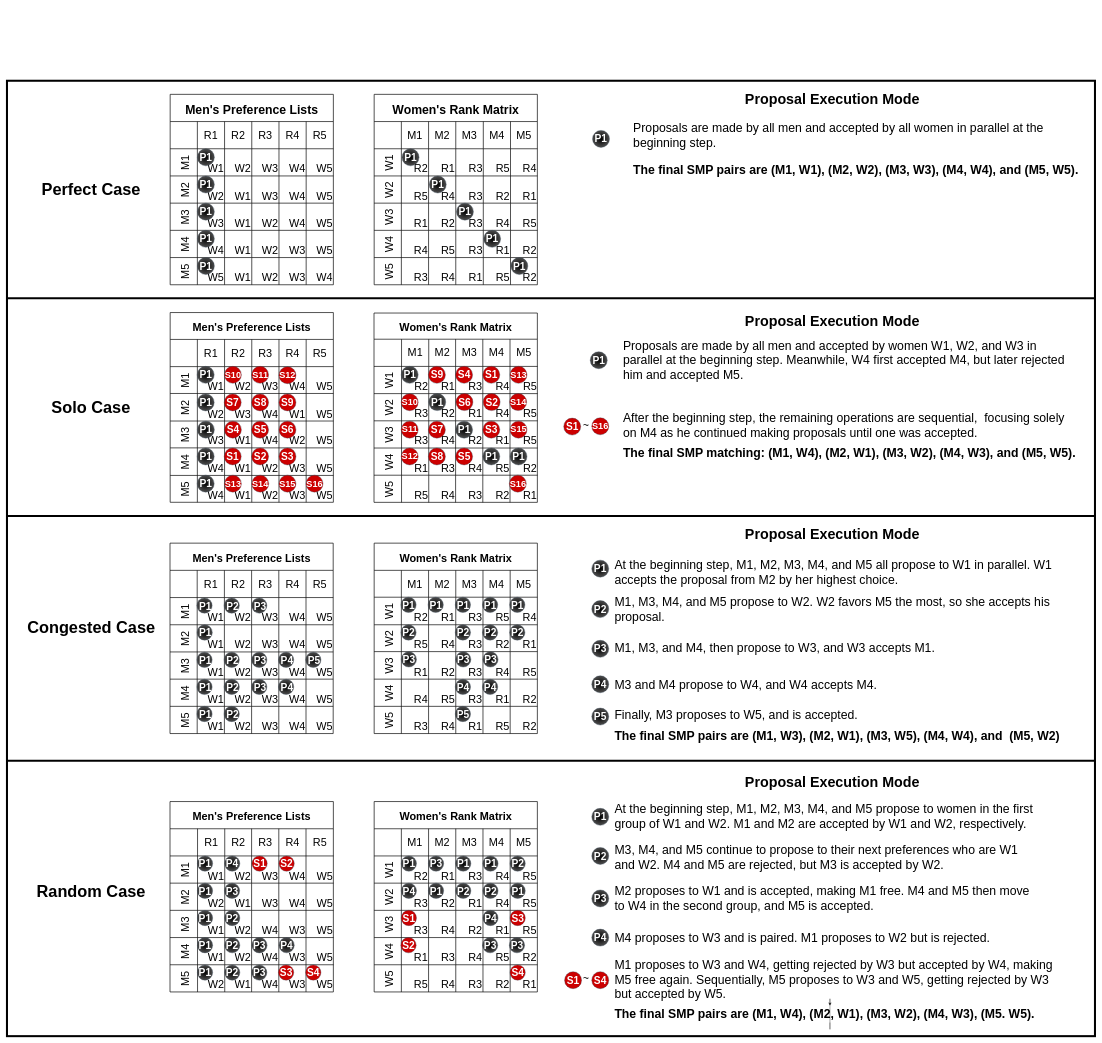
The draw.io diagram SMPWorkloads.drawio in victorliu-sq/BambooSMP-Figures, before the edit. Source tidied: cells renumbered, new cells numbered last; positions are measured from the earlier drawing's top-left corner, leaving out a move shared by most shapes. Both pictures are drawn from the tidied source at 34%, with x=0, y=0 at pixel (7, 81).
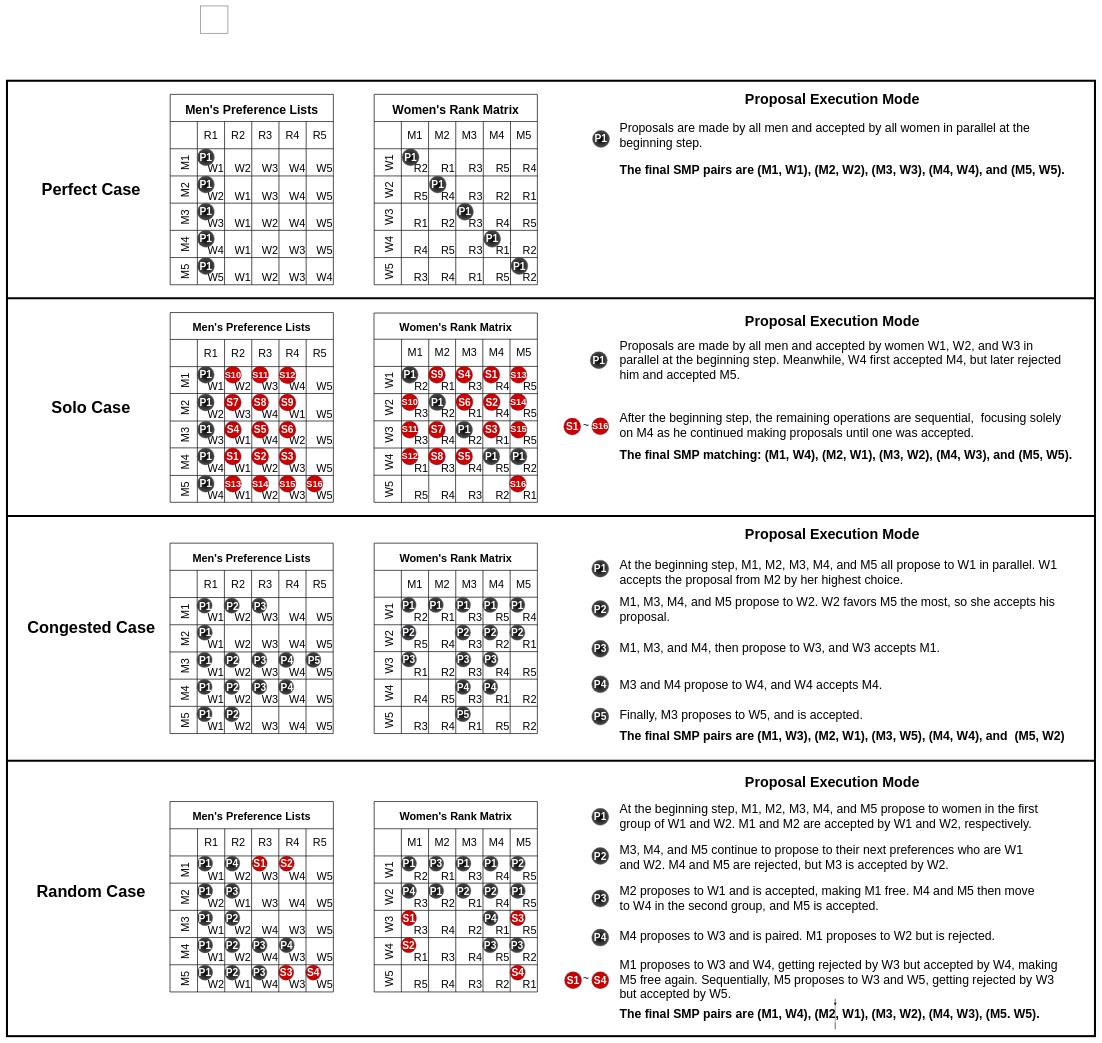
The same diagram, later.

The edit, as a diff of the source:
```diff
@@
     <mxCell id="226" value="&lt;p style=&quot;font-size: 36px;&quot;&gt;&lt;span style=&quot;font-size: 36px;&quot;&gt;At the beginning step, M1, M2, M3, M4, and M5 all propose to W1 in parallel. W1 accepts the proposal from M2 by her highest choice.&lt;/span&gt;&lt;br style=&quot;font-size: 36px;&quot;&gt;&lt;/p&gt;" style="text;strokeColor=none;align=left;fillColor=none;html=1;verticalAlign=middle;whiteSpace=wrap;rounded=0;fontFamily=Helvetica;fontSize=36;fontColor=default;fontStyle=0;" parent="1" vertex="1">
-      <mxGeometry x="1784.5" y="1430" width="1315.5" height="30" as="geometry" />
+      <mxGeometry x="1800" y="1430" width="1315.5" height="30" as="geometry" />
     </mxCell>
     <mxCell id="227" value="&lt;p style=&quot;font-size: 36px;&quot;&gt;M1, M3, M4, and M5 propose to W2. W2 favors M5 the most, so she accepts his proposal.&lt;br style=&quot;font-size: 36px;&quot;&gt;&lt;/p&gt;" style="text;strokeColor=none;align=left;fillColor=none;html=1;verticalAlign=middle;whiteSpace=wrap;rounded=0;fontFamily=Helvetica;fontSize=36;fontColor=default;fontStyle=0;" parent="1" vertex="1">
-      <mxGeometry x="1784.5" y="1538.5" width="1285.5" height="30" as="geometry" />
+      <mxGeometry x="1800" y="1538.5" width="1285.5" height="30" as="geometry" />
     </mxCell>
     <mxCell id="228" value="&lt;p style=&quot;font-size: 36px;&quot;&gt;M1, M3, and M4, then propose to W3, and W3 accepts M1.&lt;br style=&quot;font-size: 36px;&quot;&gt;&lt;/p&gt;" style="text;strokeColor=none;align=left;fillColor=none;html=1;verticalAlign=middle;whiteSpace=wrap;rounded=0;fontFamily=Helvetica;fontSize=36;fontColor=default;fontStyle=0;" parent="1" vertex="1">
-      <mxGeometry x="1784.5" y="1653.3" width="1004.5" height="30" as="geometry" />
+      <mxGeometry x="1800" y="1653.3" width="1004.5" height="30" as="geometry" />
     </mxCell>
     <mxCell id="229" value="&lt;p style=&quot;font-size: 36px;&quot;&gt;M3 and M4 propose to W4, and W4 accepts M4.&lt;br style=&quot;font-size: 36px;&quot;&gt;&lt;/p&gt;" style="text;strokeColor=none;align=left;fillColor=none;html=1;verticalAlign=middle;whiteSpace=wrap;rounded=0;fontFamily=Helvetica;fontSize=36;fontColor=default;fontStyle=0;" parent="1" vertex="1">
-      <mxGeometry x="1784.5" y="1760" width="885.5" height="30" as="geometry" />
+      <mxGeometry x="1800" y="1760" width="885.5" height="30" as="geometry" />
     </mxCell>
     <mxCell id="230" value="&lt;p style=&quot;font-size: 36px;&quot;&gt;Finally, M3 proposes to W5, and is accepted.&lt;br style=&quot;font-size: 36px;&quot;&gt;&lt;/p&gt;" style="text;strokeColor=none;align=left;fillColor=none;html=1;verticalAlign=middle;whiteSpace=wrap;rounded=0;fontFamily=Helvetica;fontSize=36;fontColor=default;fontStyle=0;" parent="1" vertex="1">
-      <mxGeometry x="1784.5" y="1850" width="815.5" height="30" as="geometry" />
+      <mxGeometry x="1800" y="1850" width="815.5" height="30" as="geometry" />
     </mxCell>
     <mxCell id="231" value="&lt;p style=&quot;font-size: 36px;&quot;&gt;&lt;span style=&quot;font-size: 36px;&quot;&gt;&lt;span style=&quot;font-size: 36px;&quot;&gt;At the beginning step, M1, M2, M3, M4, and M5 propose to women in the first group of W1 and W2. M1 and M2 are accepted by W1 and W2, respectively.&lt;/span&gt;&lt;/span&gt;&lt;/p&gt;" style="text;strokeColor=none;align=left;fillColor=none;html=1;verticalAlign=middle;whiteSpace=wrap;rounded=0;fontFamily=Helvetica;fontSize=36;fontColor=default;fontStyle=0;" parent="1" vertex="1">
-      <mxGeometry x="1784.5" y="2147.5" width="1252" height="30" as="geometry" />
+      <mxGeometry x="1800" y="2147.5" width="1252" height="30" as="geometry" />
     </mxCell>
     <mxCell id="232" value="&lt;p style=&quot;font-size: 36px;&quot;&gt;&lt;span style=&quot;font-size: 36px;&quot;&gt;M3, M4, and M5 continue to propose to their next preferences who are W1 and W2. M4 and M5 are rejected, but M3 is accepted by W2.&lt;/span&gt;&lt;br style=&quot;font-size: 36px;&quot;&gt;&lt;/p&gt;" style="text;strokeColor=none;align=left;fillColor=none;html=1;verticalAlign=middle;whiteSpace=wrap;rounded=0;fontFamily=Helvetica;fontSize=36;fontColor=default;fontStyle=0;" parent="1" vertex="1">
-      <mxGeometry x="1784.5" y="2270" width="1253" height="30" as="geometry" />
+      <mxGeometry x="1800" y="2270" width="1253" height="30" as="geometry" />
     </mxCell>
     <mxCell id="233" value="&lt;p style=&quot;font-size: 36px;&quot;&gt;&lt;span style=&quot;font-size: 36px;&quot;&gt;M4 proposes to W3 and is paired. M1 proposes to W2 but is rejected.&lt;/span&gt;&lt;br style=&quot;font-size: 36px;&quot;&gt;&lt;/p&gt;" style="text;strokeColor=none;align=left;fillColor=none;html=1;verticalAlign=middle;whiteSpace=wrap;rounded=0;fontFamily=Helvetica;fontSize=36;fontColor=default;fontStyle=0;" parent="1" vertex="1">
-      <mxGeometry x="1784.5" y="2505.1" width="1145.5" height="32.8" as="geometry" />
+      <mxGeometry x="1800" y="2500" width="1145.5" height="32.8" as="geometry" />
     </mxCell>
     <mxCell id="234" value="&lt;p style=&quot;font-size: 36px;&quot;&gt;&lt;span style=&quot;font-size: 36px;&quot;&gt;&lt;span style=&quot;font-size: 36px;&quot;&gt;Proposals are made by all men and accepted by women W1, W2, and W3 in parallel at the beginning step.&amp;nbsp;&lt;/span&gt;&lt;span style=&quot;background-color: initial; font-size: 36px;&quot;&gt;Meanwhile, W4 first accepted M4, but later rejected him and accepted M5.&lt;/span&gt;&lt;/span&gt;&lt;/p&gt;" style="text;strokeColor=none;align=left;fillColor=none;html=1;verticalAlign=middle;whiteSpace=wrap;rounded=0;fontFamily=Helvetica;fontSize=36;fontColor=default;fontStyle=0;" parent="1" vertex="1">
-      <mxGeometry x="1810" y="740" width="1310" height="164" as="geometry" />
+      <mxGeometry x="1800" y="740" width="1310" height="164" as="geometry" />
     </mxCell>
     <mxCell id="235" value="&lt;p style=&quot;font-size: 36px;&quot;&gt;&lt;span style=&quot;font-size: 36px;&quot;&gt;&lt;span style=&quot;font-size: 36px;&quot;&gt;After the beginning step, the remaining operations are sequential,&amp;nbsp;&amp;nbsp;&lt;/span&gt;&lt;span style=&quot;background-color: initial; font-size: 36px;&quot;&gt;focusing solely on M4 as he continued making proposals until one was accepted.&amp;nbsp;&lt;/span&gt;&lt;/span&gt;&lt;/p&gt;" style="text;strokeColor=none;align=left;fillColor=none;html=1;verticalAlign=middle;whiteSpace=wrap;rounded=0;fontFamily=Helvetica;fontSize=36;fontColor=default;fontStyle=0;" parent="1" vertex="1">
-      <mxGeometry x="1810" y="985.2" width="1335" height="57" as="geometry" />
+      <mxGeometry x="1800" y="985.2" width="1335" height="57" as="geometry" />
     </mxCell>
     <mxCell id="236" value="&lt;p style=&quot;font-size: 36px;&quot;&gt;&lt;span style=&quot;font-size: 36px;&quot;&gt;&lt;span style=&quot;font-size: 36px;&quot;&gt;Proposals are made by all men and accepted by all women in parallel at the beginning step.&amp;nbsp;&lt;/span&gt;&lt;/span&gt;&lt;/p&gt;&lt;p style=&quot;font-size: 36px;&quot;&gt;&lt;span style=&quot;font-size: 36px;&quot;&gt;&lt;b&gt;The final SMP pairs are&amp;nbsp;&lt;span style=&quot;font-size: 36px; background-color: initial;&quot;&gt;(M1, W1), (M2, W2), (M3, W3), (M4, W4), and (M5, W5).&lt;/span&gt;&amp;nbsp;&lt;/b&gt;&lt;/span&gt;&lt;/p&gt;" style="text;strokeColor=none;align=left;fillColor=none;html=1;verticalAlign=middle;whiteSpace=wrap;rounded=0;fontFamily=Helvetica;fontSize=36;fontColor=default;fontStyle=0;" parent="1" vertex="1">
-      <mxGeometry x="1840" y="120" width="1350" height="160" as="geometry" />
+      <mxGeometry x="1800" y="120" width="1350" height="160" as="geometry" />
     </mxCell>
     <mxCell id="237" value="&lt;p style=&quot;font-size: 36px;&quot;&gt;&lt;span style=&quot;font-size: 36px;&quot;&gt;&lt;b&gt;&lt;span style=&quot;font-size: 36px;&quot;&gt;The final SMP matching:&amp;nbsp;&lt;/span&gt;&lt;span style=&quot;font-size: 36px;&quot;&gt;&lt;font style=&quot;font-size: 36px;&quot;&gt;(M1, W4), (M2, W1), (M3, W2), (M4, W3), and (M5, W5).&lt;/font&gt;&lt;/span&gt;&lt;/b&gt;&lt;/span&gt;&lt;/p&gt;" style="text;strokeColor=none;align=left;fillColor=none;html=1;verticalAlign=middle;whiteSpace=wrap;rounded=0;fontFamily=Helvetica;fontSize=36;fontColor=default;fontStyle=0;" parent="1" vertex="1">
-      <mxGeometry x="1810" y="1065" width="1380" height="60" as="geometry" />
+      <mxGeometry x="1800" y="1070" width="1380" height="60" as="geometry" />
     </mxCell>
     <mxCell id="238" value="&lt;p style=&quot;font-size: 36px;&quot;&gt;&lt;b&gt;&lt;span style=&quot;font-size: 36px;&quot;&gt;The final SMP pairs are&amp;nbsp;&lt;/span&gt;&lt;span style=&quot;font-size: 36px;&quot;&gt;&lt;font style=&quot;font-size: 36px;&quot;&gt;(M1, W3), (M2, W1), (M3, W5), (M4, W4), and&amp;nbsp; (M5, W2)&lt;/font&gt;&lt;/span&gt;&lt;/b&gt;&lt;/p&gt;" style="text;strokeColor=none;align=left;fillColor=none;html=1;verticalAlign=middle;whiteSpace=wrap;rounded=0;fontFamily=Helvetica;fontSize=36;fontColor=default;fontStyle=0;" parent="1" vertex="1">
-      <mxGeometry x="1784.5" y="1895" width="1345.5" height="60" as="geometry" />
+      <mxGeometry x="1800" y="1895" width="1345.5" height="60" as="geometry" />
     </mxCell>
     <mxCell id="239" value="&lt;p style=&quot;font-size: 36px;&quot;&gt;&lt;span style=&quot;font-size: 36px;&quot;&gt;M2 proposes to W1 and is accepted, making M1 free. M4 and M5 then move to W4 in the second group, and M5 is accepted.&lt;/span&gt;&lt;br style=&quot;font-size: 36px;&quot;&gt;&lt;/p&gt;" style="text;strokeColor=none;align=left;fillColor=none;html=1;verticalAlign=middle;whiteSpace=wrap;rounded=0;fontFamily=Helvetica;fontSize=36;fontColor=default;fontStyle=0;" parent="1" vertex="1">
-      <mxGeometry x="1784.5" y="2387.5" width="1242" height="30" as="geometry" />
+      <mxGeometry x="1800" y="2387.5" width="1242" height="30" as="geometry" />
     </mxCell>
     <mxCell id="240" value="&lt;p style=&quot;font-size: 36px;&quot;&gt;&lt;span style=&quot;font-size: 36px;&quot;&gt;M1 proposes to W3 and W4, getting rejected by W3 but accepted by W4, making M5 free again. Sequentially, M5 proposes to W3 and W5, getting rejected by W3 but accepted by W5.&lt;/span&gt;&lt;br style=&quot;font-size: 36px;&quot;&gt;&lt;/p&gt;" style="text;strokeColor=none;align=left;fillColor=none;html=1;verticalAlign=middle;whiteSpace=wrap;rounded=0;fontFamily=Helvetica;fontSize=36;fontColor=default;fontStyle=0;" parent="1" vertex="1">
-      <mxGeometry x="1784.5" y="2579.5" width="1323" height="126.9" as="geometry" />
+      <mxGeometry x="1800" y="2579.5" width="1323" height="126.9" as="geometry" />
     </mxCell>
     <mxCell id="241" value="&lt;p style=&quot;font-size: 36px;&quot;&gt;&lt;span style=&quot;font-size: 36px;&quot;&gt;&lt;b&gt;The final SMP pairs are (M1, W4), (M2, W1), (M3, W2), (M4, W3), (M5. W5).&lt;/b&gt;&lt;/span&gt;&lt;br style=&quot;font-size: 36px;&quot;&gt;&lt;/p&gt;" style="text;strokeColor=none;align=left;fillColor=none;html=1;verticalAlign=middle;whiteSpace=wrap;rounded=0;fontFamily=Helvetica;fontSize=36;fontColor=default;fontStyle=0;" parent="1" vertex="1">
-      <mxGeometry x="1784.5" y="2720" width="1272" height="50" as="geometry" />
+      <mxGeometry x="1800" y="2720" width="1272" height="50" as="geometry" />
     </mxCell>
@@
+    <mxCell id="460" style="rounded=0;whiteSpace=wrap;html=1;" parent="1" vertex="1">
+      <mxGeometry x="570" y="-220" width="80" height="80" as="geometry" />
+    </mxCell>
```
